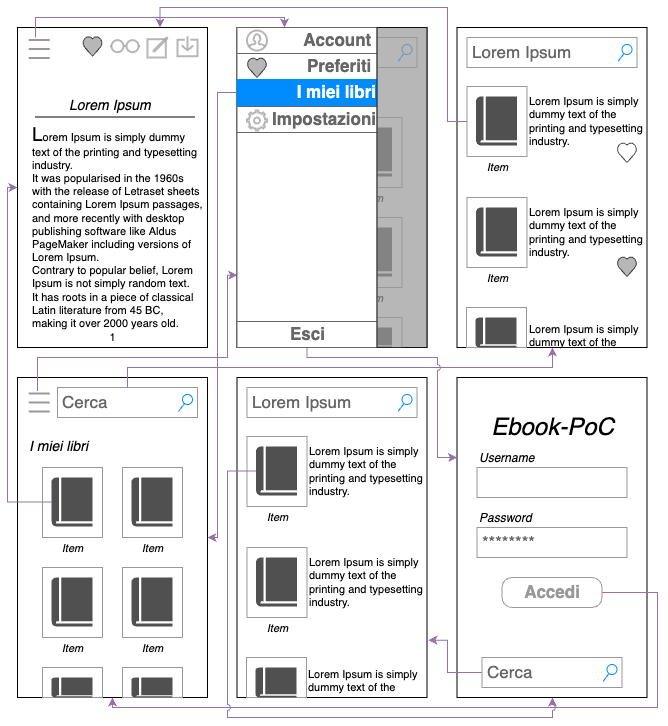
This is img/tesi-14-mockup1.drawio.png from paganellif/tesi-paganelli, a draw.io export, as it was before one commit. Source tidied: cells renumbered, new cells last; positions are measured from the earlier drawing's top-left corner, leaving out a move shared by most shapes.
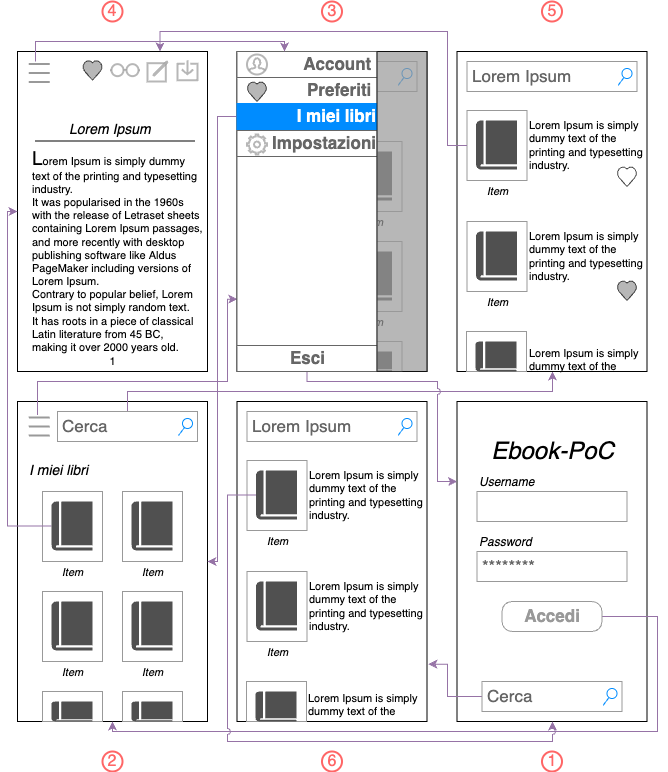
The same file after the commit.

Diff of the diagram source:
```diff
@@ -384,5 +384,23 @@
     <mxCell id="107" style="verticalLabelPosition=bottom;verticalAlign=top;html=1;shape=mxgraph.basic.heart;fontSize=11;fontColor=#000000;strokeColor=#000000;fillColor=#999999;gradientColor=none;opacity=70;" parent="1" vertex="1">
       <mxGeometry x="75" y="28.6" width="20" height="20" as="geometry" />
     </mxCell>
+    <mxCell id="108" value="1" style="ellipse;whiteSpace=wrap;html=1;fontSize=16;fillColor=none;strokeWidth=2;strokeColor=#FF6666;fontColor=#FF6666;" parent="1" vertex="1">
+      <mxGeometry x="534.5" y="720" width="20" height="20" as="geometry" />
+    </mxCell>
+    <mxCell id="109" value="2" style="ellipse;whiteSpace=wrap;html=1;fontSize=16;fillColor=none;strokeWidth=2;strokeColor=#FF6666;fontColor=#FF6666;" parent="1" vertex="1">
+      <mxGeometry x="95" y="720" width="20" height="20" as="geometry" />
+    </mxCell>
+    <mxCell id="110" value="3&lt;span style=&quot;font-family: monospace; font-size: 0px; text-align: start;&quot;&gt;%3CmxGraphModel%3E%3Croot%3E%3CmxCell%20id%3D%220%22%2F%3E%3CmxCell%20id%3D%221%22%20parent%3D%220%22%2F%3E%3CmxCell%20id%3D%222%22%20value%3D%221%22%20style%3D%22ellipse%3BwhiteSpace%3Dwrap%3Bhtml%3D1%3Baspect%3Dfixed%3BfontSize%3D16%3BfillColor%3Dnone%3BstrokeWidth%3D2%3B%22%20vertex%3D%221%22%20parent%3D%221%22%3E%3CmxGeometry%20x%3D%22800%22%20y%3D%22590%22%20width%3D%2220%22%20height%3D%2220%22%20as%3D%22geometry%22%2F%3E%3C%2FmxCell%3E%3C%2Froot%3E%3C%2FmxGraphModel%3E&lt;/span&gt;" style="ellipse;whiteSpace=wrap;html=1;fontSize=16;fillColor=none;strokeWidth=2;strokeColor=#FF6666;fontColor=#FF6666;" parent="1" vertex="1">
+      <mxGeometry x="314.5" y="-30" width="20" height="20" as="geometry" />
+    </mxCell>
+    <mxCell id="111" value="4" style="ellipse;whiteSpace=wrap;html=1;fontSize=16;fillColor=none;strokeWidth=2;strokeColor=#FF6666;fontColor=#FF6666;" parent="1" vertex="1">
+      <mxGeometry x="95" y="-30" width="20" height="20" as="geometry" />
+    </mxCell>
+    <mxCell id="112" value="5" style="ellipse;whiteSpace=wrap;html=1;fontSize=16;fillColor=none;strokeWidth=2;strokeColor=#FF6666;fontColor=#FF6666;" parent="1" vertex="1">
+      <mxGeometry x="534.5" y="-30" width="20" height="20" as="geometry" />
+    </mxCell>
+    <mxCell id="113" value="6" style="ellipse;whiteSpace=wrap;html=1;fontSize=16;fillColor=none;strokeWidth=2;strokeColor=#FF6666;fontColor=#FF6666;" parent="1" vertex="1">
+      <mxGeometry x="314.5" y="720" width="20" height="20" as="geometry" />
+    </mxCell>
   </root>
 </mxGraphModel>
```
